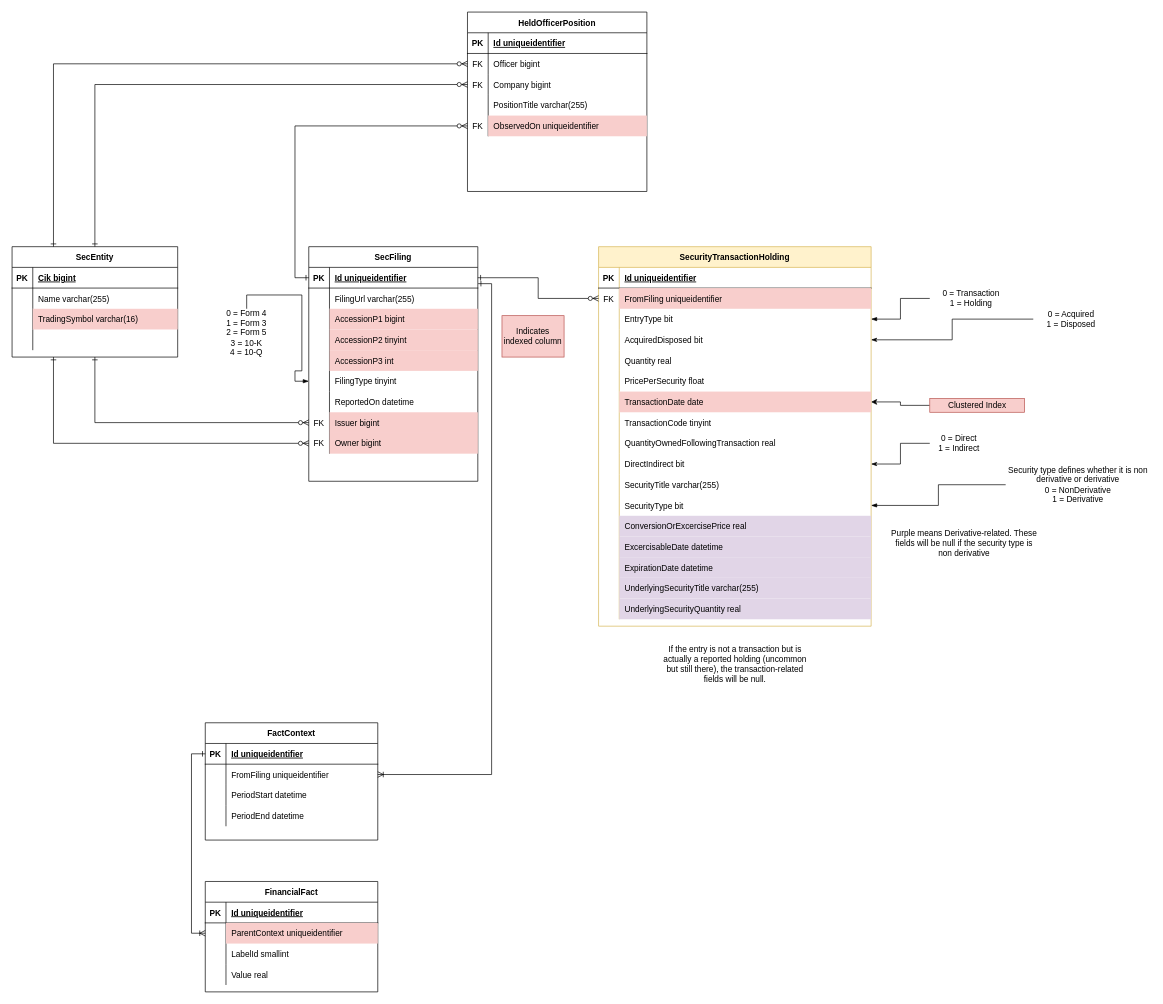
This is page "Filing-Derived" (1 of 3) of AletheiaErd.drawio from TimHanewich/Aletheia-Engine-Library, a draw.io file, before an edit. Source tidied: cells renumbered, new cells numbered last; positions are measured from the earlier drawing's top-left corner, leaving out a move shared by most shapes. Both pictures are drawn from the tidied source at 69%, with x=0, y=0 at pixel (12, 12).
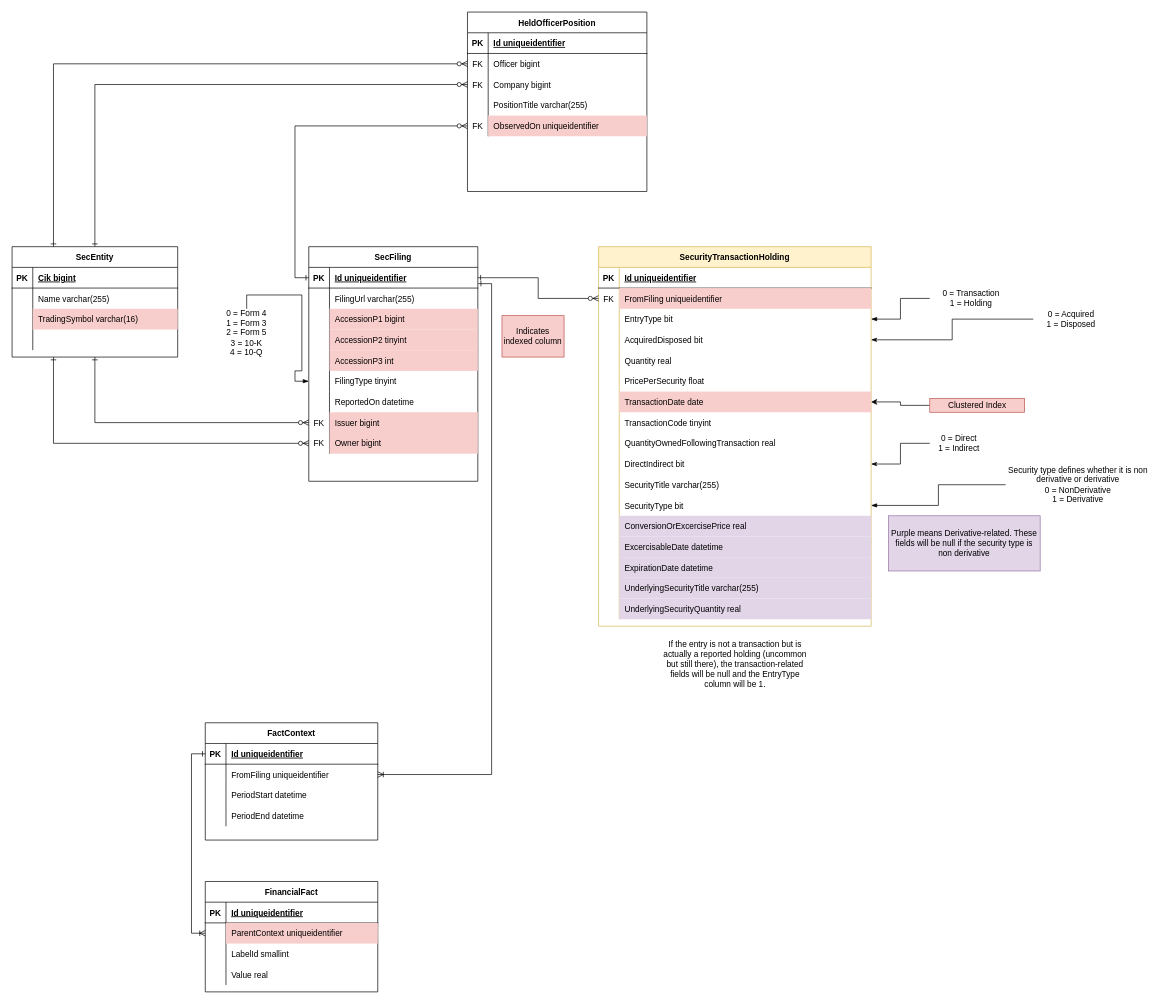
Above is the later version.

Commit message:
Improved documentation on ERD

Change to the diagram source:
```diff
@@
-    <mxCell id="73" value="If the entry is not a transaction but is actually a reported holding (uncommon but still there), the transaction-related fields will be null." style="text;html=1;strokeColor=none;fillColor=none;align=center;verticalAlign=middle;whiteSpace=wrap;rounded=0;" parent="1" vertex="1">
+    <mxCell id="73" value="If the entry is not a transaction but is actually a reported holding (uncommon but still there), the transaction-related fields will be null and the EntryType column will be 1." style="text;html=1;strokeColor=none;fillColor=none;align=center;verticalAlign=middle;whiteSpace=wrap;rounded=0;" parent="1" vertex="1">
       <mxGeometry x="937.5" y="900" width="220" height="90" as="geometry" />
     </mxCell>
-    <mxCell id="74" value="Purple means Derivative-related. These fields will be null if the security type is non derivative" style="text;html=1;strokeColor=none;fillColor=none;align=center;verticalAlign=middle;whiteSpace=wrap;rounded=0;" parent="1" vertex="1">
+    <mxCell id="74" value="Purple means Derivative-related. These fields will be null if the security type is non derivative" style="text;html=1;strokeColor=#9673a6;fillColor=#e1d5e7;align=center;verticalAlign=middle;whiteSpace=wrap;rounded=0;" parent="1" vertex="1">
       <mxGeometry x="1270" y="730" width="220" height="80" as="geometry" />
     </mxCell>
```
